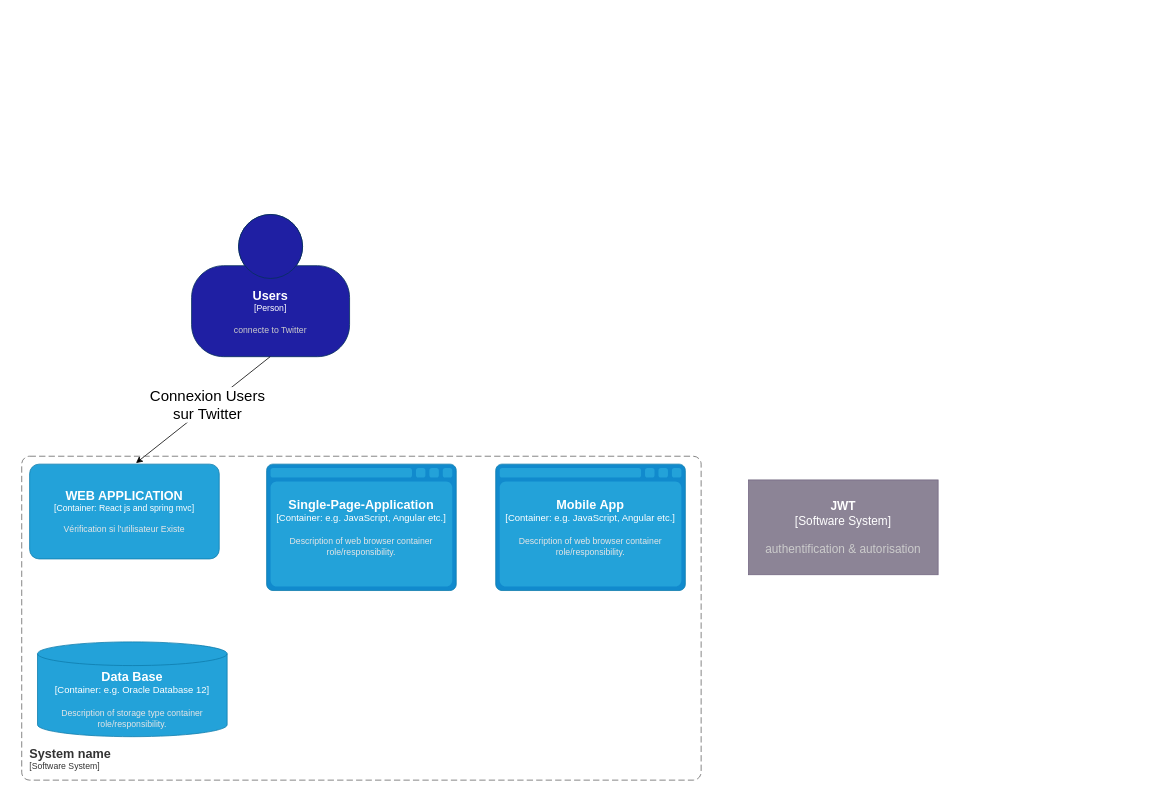
Earlier version of the draw.io diagram page "container" (2 of 4) of Diagramme sans nom.drawio (SALVA243/AP-TWITTER). Source tidied: cells renumbered, new cells numbered last; positions are measured from the earlier drawing's top-left corner, leaving out a move shared by most shapes. Both pictures are drawn from the tidied source at 79%, with x=0, y=0 at pixel (21, 214).
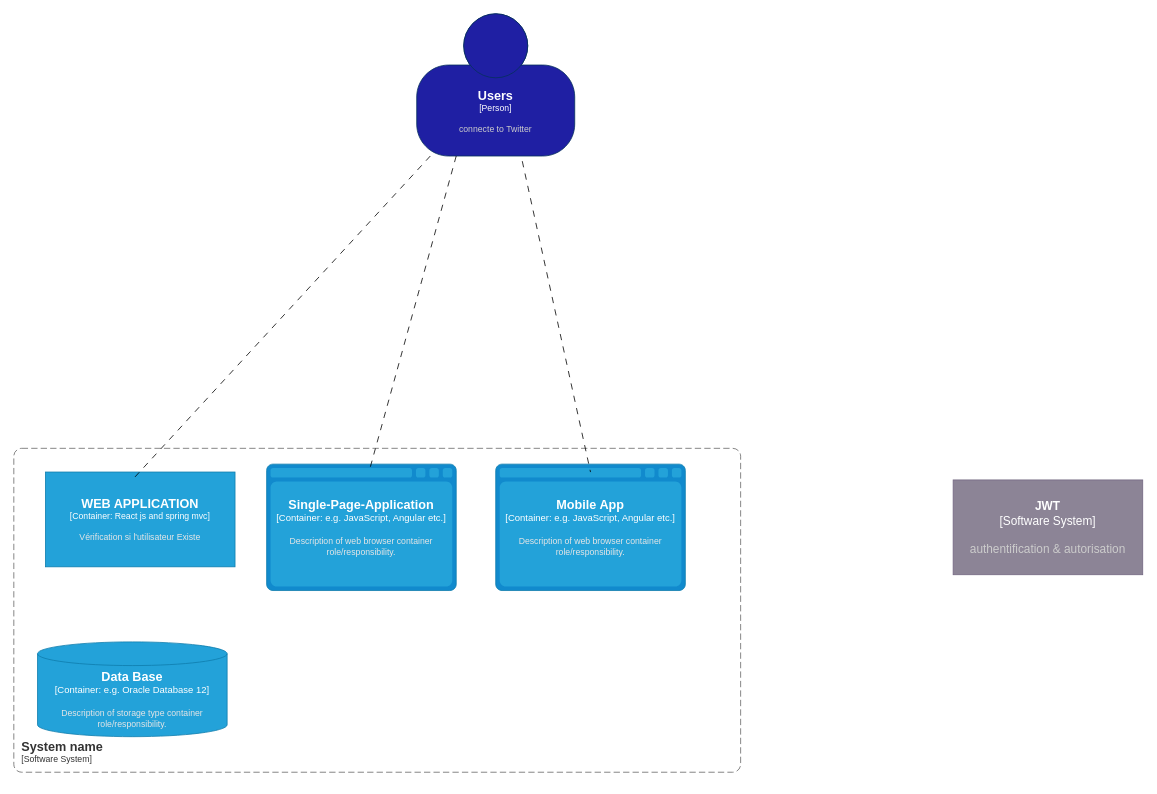
Above is the later version.

Commit message:
6e sauvegarde 2 fevr 12:54

Diff of the diagram source:
```diff
@@
 <mxGraphModel>
   <root>
     <mxCell id="0" />
     <mxCell id="1" parent="0" />
     <object id="2" label="&lt;font style=&quot;font-size: 16px&quot;&gt;&lt;b&gt;%c4Name%&lt;/b&gt;&lt;/font&gt;&lt;div&gt;[%c4Type%]&lt;/div&gt;&lt;br&gt;&lt;div&gt;&lt;font style=&quot;font-size: 11px&quot;&gt;&lt;font color=&quot;#cccccc&quot;&gt;%c4Description%&lt;/font&gt;&lt;/div&gt;" c4Description="connecte to Twitter" c4Name="Users" c4Type="Person" placeholders="1">
       <mxCell style="html=1;fontSize=11;dashed=0;whiteSpace=wrap;fillColor=#1f1fa3;strokeColor=#06315C;fontColor=#ffffff;shape=mxgraph.c4.person2;align=center;points=[[0.5,0,0],[1,0.5,0],[1,0.75,0],[0.75,1,0],[0.5,1,0],[0.25,1,0],[0,0.75,0],[0,0.5,0]];" parent="1" vertex="1">
-        <mxGeometry x="215" width="200" height="180" as="geometry" />
+        <mxGeometry x="500" y="-254" width="200" height="180" as="geometry" />
       </mxCell>
     </object>
-    <mxCell id="3" style="endArrow=classic;html=1;rounded=0;entryX=0.561;entryY=-0.011;entryDx=0;entryDy=0;entryPerimeter=0;" parent="1" edge="1" target="7">
-      <mxGeometry relative="1" as="geometry">
-        <mxPoint x="314.5" y="180" as="sourcePoint" />
-      </mxGeometry>
-    </mxCell>
-    <mxCell id="4" value="Connexion Users &lt;br&gt;sur Twitter" style="edgeLabel;html=1;align=center;verticalAlign=middle;fontSize=19;" parent="3" vertex="1">
-      <mxGeometry x="-0.08" y="-2" relative="1" as="geometry" />
-    </mxCell>
     <object id="5" label="&lt;font style=&quot;font-size: 15px;&quot;&gt;&lt;b style=&quot;font-size: 15px;&quot;&gt;%c4Name%&lt;/b&gt;&lt;/font&gt;&lt;div style=&quot;font-size: 15px;&quot;&gt;[%c4Type%]&lt;/div&gt;&lt;br style=&quot;font-size: 15px;&quot;&gt;&lt;div style=&quot;font-size: 15px;&quot;&gt;&lt;font style=&quot;font-size: 15px;&quot;&gt;&lt;font color=&quot;#cccccc&quot; style=&quot;font-size: 15px;&quot;&gt;%c4Description%&lt;/font&gt;&lt;/font&gt;&lt;/div&gt;" c4Description="authentification &amp; autorisation" c4Name="JWT" c4Type="Software System" placeholders="1">
       <mxCell style="rounded=1;whiteSpace=wrap;html=1;labelBackgroundColor=none;fillColor=#8C8496;fontColor=#ffffff;align=center;arcSize=0;strokeColor=#736782;fontSize=15;" parent="1" vertex="1">
-        <mxGeometry x="920" y="336" width="240" height="120" as="geometry" />
+        <mxGeometry x="1179" y="336" width="240" height="120" as="geometry" />
       </mxCell>
     </object>
     <object id="6" label="&lt;font style=&quot;font-size: 16px&quot;&gt;&lt;b&gt;&lt;div style=&quot;text-align: left&quot;&gt;%c4Name%&lt;/div&gt;&lt;/b&gt;&lt;/font&gt;&lt;div style=&quot;text-align: left&quot;&gt;[%c4Application%]&lt;/div&gt;" c4Application="Software System" c4Name="System name" placeholders="1">
       <mxCell style="rounded=1;fontSize=11;whiteSpace=wrap;html=1;dashed=1;arcSize=20;fillColor=none;strokeColor=#666666;fontColor=#333333;labelBackgroundColor=none;align=left;verticalAlign=bottom;labelBorderColor=none;spacingTop=0;spacing=10;dashPattern=8 4;perimeter=rectanglePerimeter;noLabel=0;labelPadding=0;absoluteArcSize=1;" parent="1" vertex="1">
-        <mxGeometry y="306" width="860" height="410" as="geometry" />
+        <mxGeometry x="-10" y="296" width="920" height="410" as="geometry" />
       </mxCell>
     </object>
     <object id="7" label="&lt;font style=&quot;font-size: 16px&quot;&gt;&lt;b&gt;%c4Name%&lt;/b&gt;&lt;/font&gt;&lt;div&gt;[%c4Type%: %c4Technology%]&lt;/div&gt;&lt;br&gt;&lt;div&gt;&lt;font style=&quot;font-size: 11px&quot;&gt;&lt;font color=&quot;#E6E6E6&quot;&gt;%c4Description%&lt;/font&gt;&lt;/div&gt;" c4Description="Vérification si l'utilisateur Existe" c4Name="WEB APPLICATION" c4Technology="React js and spring mvc" c4Type="Container" placeholders="1">
-      <mxCell style="rounded=1;whiteSpace=wrap;html=1;fontSize=11;labelBackgroundColor=none;fillColor=#23A2D9;fontColor=#ffffff;align=center;arcSize=10;strokeColor=#0E7DAD;points=[[0.25,0,0],[0.5,0,0],[0.75,0,0],[1,0.25,0],[1,0.5,0],[1,0.75,0],[0.75,1,0],[0.5,1,0],[0.25,1,0],[0,0.75,0],[0,0.5,0],[0,0.25,0]];" parent="1" vertex="1">
-        <mxGeometry x="10" y="316" width="240" height="120" as="geometry" />
+      <mxCell style="rounded=1;whiteSpace=wrap;html=1;fontSize=11;labelBackgroundColor=none;fillColor=#23A2D9;fontColor=#ffffff;align=center;arcSize=0;strokeColor=#0E7DAD;points=[[0.25,0,0],[0.5,0,0],[0.75,0,0],[1,0.25,0],[1,0.5,0],[1,0.75,0],[0.75,1,0],[0.5,1,0],[0.25,1,0],[0,0.75,0],[0,0.5,0],[0,0.25,0]];" parent="1" vertex="1">
+        <mxGeometry x="30" y="326" width="240" height="120" as="geometry" />
       </mxCell>
     </object>
     <object id="8" label="&lt;font style=&quot;font-size: 16px&quot;&gt;&lt;b&gt;%c4Type%&lt;/b&gt;&lt;/font&gt;&lt;div&gt;[%c4Container%:&amp;nbsp;%c4Technology%]&lt;/div&gt;&lt;br&gt;&lt;div&gt;&lt;font style=&quot;font-size: 11px&quot;&gt;&lt;font color=&quot;#E6E6E6&quot;&gt;%c4Description%&lt;/font&gt;&lt;/div&gt;" c4Container="Container" c4Description="Description of web browser container role/responsibility." c4Technology="e.g. JavaScript, Angular etc." c4Type="Single-Page-Application" placeholders="1">
       <mxCell style="shape=mxgraph.c4.webBrowserContainer2;whiteSpace=wrap;html=1;boundedLbl=1;rounded=0;labelBackgroundColor=none;strokeColor=#118ACD;fillColor=#23A2D9;strokeColor=#118ACD;strokeColor2=#0E7DAD;fontSize=12;fontColor=#ffffff;align=center;points=[[0.5,0,0],[1,0.25,0],[1,0.5,0],[1,0.75,0],[0.5,1,0],[0,0.75,0],[0,0.5,0],[0,0.25,0]];" parent="1" vertex="1">
         <mxGeometry x="310" y="316" width="240" height="160" as="geometry" />
       </mxCell>
     </object>
     <object id="9" label="&lt;font style=&quot;font-size: 16px&quot;&gt;&lt;b&gt;%c4Type%&lt;/b&gt;&lt;/font&gt;&lt;div&gt;[%c4Container%:&amp;nbsp;%c4Technology%]&lt;/div&gt;&lt;br&gt;&lt;div&gt;&lt;font style=&quot;font-size: 11px&quot;&gt;&lt;font color=&quot;#E6E6E6&quot;&gt;%c4Description%&lt;/font&gt;&lt;/div&gt;" c4Container="Container" c4Description="Description of storage type container role/responsibility." c4Technology="e.g. Oracle Database 12" c4Type="Data Base" placeholders="1">
       <mxCell style="shape=cylinder3;size=15;whiteSpace=wrap;html=1;boundedLbl=1;rounded=0;labelBackgroundColor=none;fillColor=#23A2D9;fontSize=12;fontColor=#ffffff;align=center;strokeColor=#0E7DAD;" parent="1" vertex="1">
         <mxGeometry x="20" y="541" width="240" height="120" as="geometry" />
       </mxCell>
     </object>
     <object id="10" label="&lt;font style=&quot;font-size: 16px&quot;&gt;&lt;b&gt;%c4Type%&lt;/b&gt;&lt;/font&gt;&lt;div&gt;[%c4Container%:&amp;nbsp;%c4Technology%]&lt;/div&gt;&lt;br&gt;&lt;div&gt;&lt;font style=&quot;font-size: 11px&quot;&gt;&lt;font color=&quot;#E6E6E6&quot;&gt;%c4Description%&lt;/font&gt;&lt;/div&gt;" c4Container="Container" c4Description="Description of web browser container role/responsibility." c4Technology="e.g. JavaScript, Angular etc." c4Type="Mobile App" placeholders="1">
       <mxCell style="shape=mxgraph.c4.webBrowserContainer2;whiteSpace=wrap;html=1;boundedLbl=1;rounded=0;labelBackgroundColor=none;strokeColor=#118ACD;fillColor=#23A2D9;strokeColor=#118ACD;strokeColor2=#0E7DAD;fontSize=12;fontColor=#ffffff;align=center;points=[[0.5,0,0],[1,0.25,0],[1,0.5,0],[1,0.75,0],[0.5,1,0],[0,0.75,0],[0,0.5,0],[0,0.25,0]];" parent="1" vertex="1">
         <mxGeometry x="600" y="316" width="240" height="160" as="geometry" />
       </mxCell>
     </object>
+    <mxCell id="11" style="endArrow=none;html=1;rounded=0;entryX=0.458;entryY=0.083;entryDx=0;entryDy=0;entryPerimeter=0;endFill=0;dashed=1;dashPattern=8 8;" parent="1" edge="1" source="2" target="7">
+      <mxGeometry relative="1" as="geometry" />
+    </mxCell>
+    <mxCell id="12" style="endArrow=none;html=1;rounded=0;exitX=0.25;exitY=1;exitDx=0;exitDy=0;exitPerimeter=0;entryX=0.545;entryY=0.033;entryDx=0;entryDy=0;entryPerimeter=0;endFill=0;dashed=1;dashPattern=8 8;" parent="1" edge="1" source="2" target="8">
+      <mxGeometry relative="1" as="geometry" />
+    </mxCell>
+    <mxCell id="13" style="endArrow=none;html=1;rounded=0;exitX=0.668;exitY=1.036;exitDx=0;exitDy=0;exitPerimeter=0;entryX=0.5;entryY=0.063;entryDx=0;entryDy=0;entryPerimeter=0;endFill=0;dashed=1;dashPattern=8 8;" parent="1" edge="1" source="2" target="10">
+      <mxGeometry relative="1" as="geometry" />
+    </mxCell>
   </root>
 </mxGraphModel>
```
